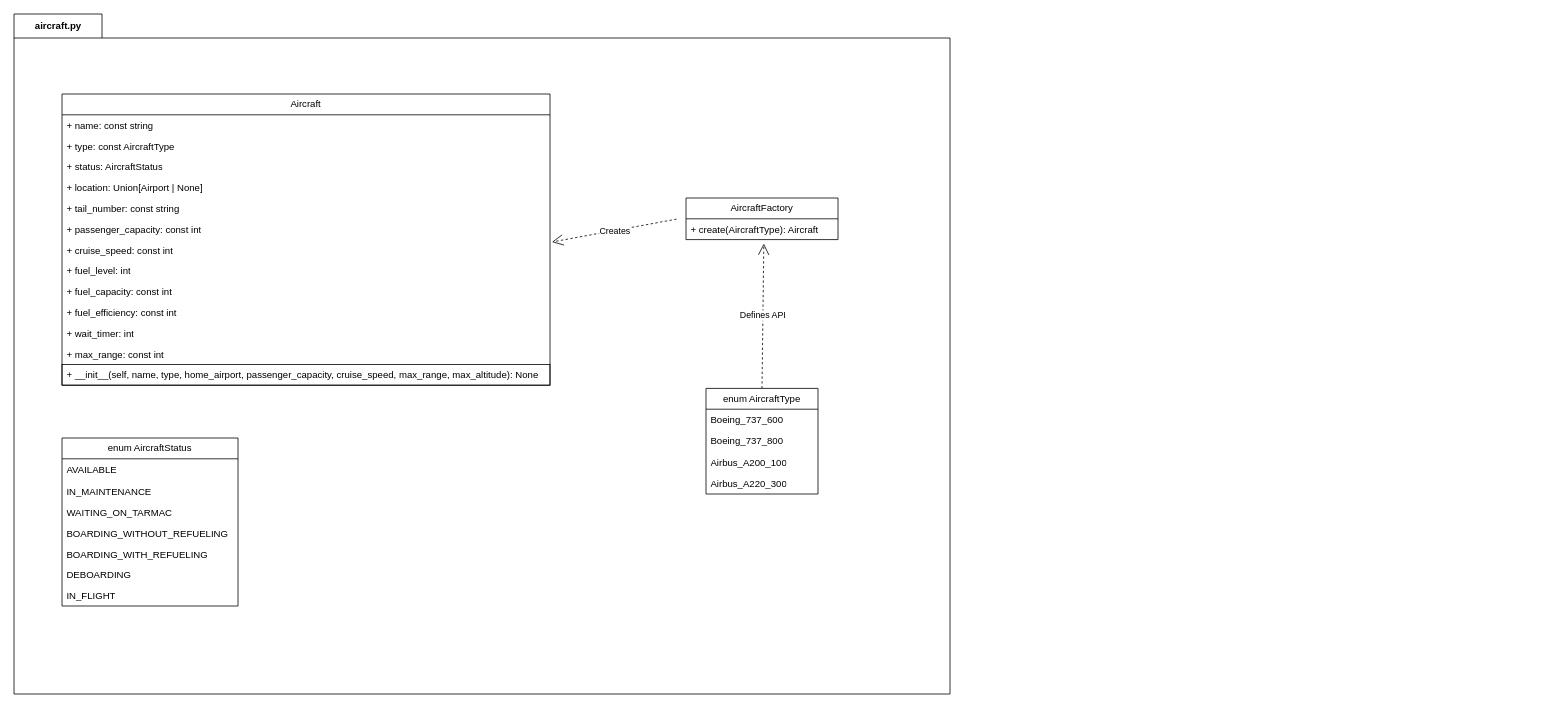
Above: docs/diagrams/aircraft.drawio in CoreyMLawrence/Comfort-Airlines (draw.io), before the change. Source tidied: cells renumbered, new cells numbered last; positions are measured from the earlier drawing's top-left corner, leaving out a move shared by most shapes. Both pictures are drawn from the tidied source at 80%, with x=0, y=0 at pixel (14, 14).
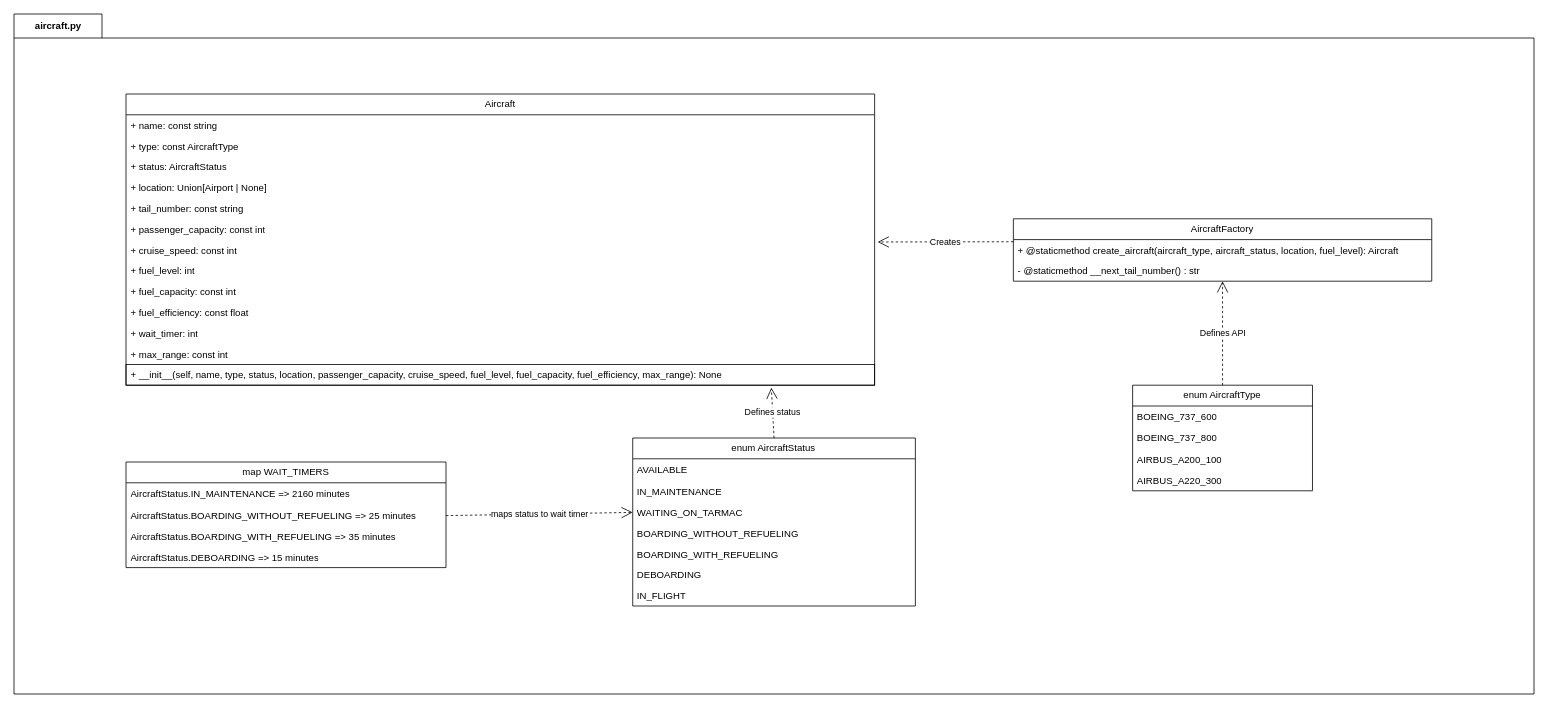
The same page after the edit.

Commit message (it also covers changes not shown here):
updated AircraftFactory to be static; updated aircraft.drawio diagram; added unit tests

What changed in the source:
```diff
@@
     <mxCell id="2" value="aircraft.py" style="shape=folder;fontStyle=1;tabWidth=110;tabHeight=30;tabPosition=left;html=1;boundedLbl=1;labelInHeader=1;" parent="1" vertex="1">
-      <mxGeometry width="1170" height="850" as="geometry" />
+      <mxGeometry width="1900" height="850" as="geometry" />
     </mxCell>
     <mxCell id="3" style="html=1;strokeColor=none;fillColor=none;" parent="2" vertex="1">
-      <mxGeometry width="1170" height="595" relative="1" as="geometry">
+      <mxGeometry width="1878.65" height="595" relative="1" as="geometry">
         <mxPoint y="30" as="offset" />
       </mxGeometry>
     </mxCell>
-    <mxCell id="4" value="&lt;div&gt;Creates&lt;/div&gt;" style="endArrow=open;endSize=12;dashed=1;html=1;rounded=0;entryX=1.004;entryY=0.115;entryDx=0;entryDy=0;entryPerimeter=0;exitX=-0.062;exitY=0.017;exitDx=0;exitDy=0;exitPerimeter=0;" parent="2" edge="1" source="26" target="12">
+    <mxCell id="4" value="&lt;div&gt;Creates&lt;/div&gt;" style="endArrow=open;endSize=12;dashed=1;html=1;rounded=0;entryX=1.004;entryY=0.115;entryDx=0;entryDy=0;entryPerimeter=0;exitX=0;exitY=0.103;exitDx=0;exitDy=0;exitPerimeter=0;" parent="2" edge="1" source="26" target="12">
       <mxGeometry relative="1" as="geometry" />
     </mxCell>
     <mxCell id="5" value="Aircraft" style="swimlane;fontStyle=0;horizontal=1;startSize=26;fillColor=none;whiteSpace=wrap;html=1;" parent="2" vertex="1">
-      <mxGeometry x="60" y="100" width="610" height="364" as="geometry" />
+      <mxGeometry x="140" y="100" width="935.8" height="364" as="geometry" />
     </mxCell>
     <mxCell id="6" value="+ name: const string" style="text;strokeColor=none;fillColor=none;align=left;verticalAlign=top;spacingLeft=4;spacingRight=4;overflow=hidden;whiteSpace=wrap;html=1;" parent="5" vertex="1">
-      <mxGeometry y="26" width="610" height="26" as="geometry" />
+      <mxGeometry y="26" width="935.8" height="26" as="geometry" />
     </mxCell>
     <mxCell id="7" value="+ type: const AircraftType" style="text;strokeColor=none;fillColor=none;align=left;verticalAlign=top;spacingLeft=4;spacingRight=4;overflow=hidden;whiteSpace=wrap;html=1;" parent="5" vertex="1">
-      <mxGeometry y="52" width="610" height="26" as="geometry" />
+      <mxGeometry y="52" width="935.8" height="26" as="geometry" />
     </mxCell>
     <mxCell id="8" value="+ status: AircraftStatus" style="text;strokeColor=none;fillColor=none;align=left;verticalAlign=top;spacingLeft=4;spacingRight=4;overflow=hidden;whiteSpace=wrap;html=1;" parent="5" vertex="1">
-      <mxGeometry y="78" width="610" height="26" as="geometry" />
+      <mxGeometry y="78" width="935.8" height="26" as="geometry" />
     </mxCell>
     <mxCell id="9" value="+ location: Union[Airport | None]" style="text;strokeColor=none;fillColor=none;align=left;verticalAlign=top;spacingLeft=4;spacingRight=4;overflow=hidden;whiteSpace=wrap;html=1;" parent="5" vertex="1">
-      <mxGeometry y="104" width="610" height="26" as="geometry" />
+      <mxGeometry y="104" width="935.8" height="26" as="geometry" />
     </mxCell>
     <mxCell id="10" value="+ tail_number: const string" style="text;strokeColor=none;fillColor=none;align=left;verticalAlign=top;spacingLeft=4;spacingRight=4;overflow=hidden;whiteSpace=wrap;html=1;" parent="5" vertex="1">
-      <mxGeometry y="130" width="610" height="26" as="geometry" />
+      <mxGeometry y="130" width="935.8" height="26" as="geometry" />
     </mxCell>
     <mxCell id="11" value="+ passenger_capacity: const int" style="text;strokeColor=none;fillColor=none;align=left;verticalAlign=top;spacingLeft=4;spacingRight=4;overflow=hidden;whiteSpace=wrap;html=1;" parent="5" vertex="1">
-      <mxGeometry y="156" width="610" height="26" as="geometry" />
+      <mxGeometry y="156" width="935.8" height="26" as="geometry" />
     </mxCell>
     <mxCell id="12" value="+ cruise_speed: const int" style="text;strokeColor=none;fillColor=none;align=left;verticalAlign=top;spacingLeft=4;spacingRight=4;overflow=hidden;points=[[0,0.5],[1,0.5]];portConstraint=eastwest;whiteSpace=wrap;html=1;" parent="5" vertex="1">
-      <mxGeometry y="182" width="610" height="26" as="geometry" />
+      <mxGeometry y="182" width="935.8" height="26" as="geometry" />
     </mxCell>
     <mxCell id="13" value="+ fuel_level: int" style="text;strokeColor=none;fillColor=none;align=left;verticalAlign=top;spacingLeft=4;spacingRight=4;overflow=hidden;whiteSpace=wrap;html=1;" parent="5" vertex="1">
-      <mxGeometry y="208" width="610" height="26" as="geometry" />
+      <mxGeometry y="208" width="935.8" height="26" as="geometry" />
     </mxCell>
     <mxCell id="14" value="+ fuel_capacity: const int" style="text;strokeColor=none;fillColor=none;align=left;verticalAlign=top;spacingLeft=4;spacingRight=4;overflow=hidden;whiteSpace=wrap;html=1;" parent="5" vertex="1">
-      <mxGeometry y="234" width="610" height="26" as="geometry" />
+      <mxGeometry y="234" width="935.8" height="26" as="geometry" />
     </mxCell>
-    <mxCell id="15" value="+ fuel_efficiency: const int" style="text;strokeColor=none;fillColor=none;align=left;verticalAlign=top;spacingLeft=4;spacingRight=4;overflow=hidden;whiteSpace=wrap;html=1;" parent="5" vertex="1">
-      <mxGeometry y="260" width="610" height="26" as="geometry" />
+    <mxCell id="15" value="+ fuel_efficiency: const float" style="text;strokeColor=none;fillColor=none;align=left;verticalAlign=top;spacingLeft=4;spacingRight=4;overflow=hidden;whiteSpace=wrap;html=1;" parent="5" vertex="1">
+      <mxGeometry y="260" width="935.8" height="26" as="geometry" />
     </mxCell>
     <mxCell id="16" value="+ wait_timer: int" style="text;strokeColor=none;fillColor=none;align=left;verticalAlign=top;spacingLeft=4;spacingRight=4;overflow=hidden;whiteSpace=wrap;html=1;" parent="5" vertex="1">
-      <mxGeometry y="286" width="610" height="26" as="geometry" />
+      <mxGeometry y="286" width="935.8" height="26" as="geometry" />
     </mxCell>
     <mxCell id="17" value="+ max_range: const int" style="text;strokeColor=none;fillColor=none;align=left;verticalAlign=top;spacingLeft=4;spacingRight=4;overflow=hidden;whiteSpace=wrap;html=1;" parent="5" vertex="1">
-      <mxGeometry y="312" width="610" height="26" as="geometry" />
+      <mxGeometry y="312" width="935.8" height="26" as="geometry" />
     </mxCell>
-    <mxCell id="18" value="+ __init__(self, name, type, home_airport, passenger_capacity, cruise_speed, max_range, max_altitude): None" style="text;strokeColor=default;fillColor=none;align=left;verticalAlign=top;spacingLeft=4;spacingRight=4;overflow=hidden;points=[[0,0.5],[1,0.5]];portConstraint=eastwest;whiteSpace=wrap;html=1;" parent="5" vertex="1">
-      <mxGeometry y="338" width="610" height="26" as="geometry" />
+    <mxCell id="18" value="+ __init__(self, name, type, status, location, passenger_capacity, cruise_speed, fuel_level, fuel_capacity, fuel_efficiency, max_range): None" style="text;strokeColor=default;fillColor=none;align=left;verticalAlign=top;spacingLeft=4;spacingRight=4;overflow=hidden;points=[[0,0.5],[1,0.5]];portConstraint=eastwest;whiteSpace=wrap;html=1;" parent="5" vertex="1">
+      <mxGeometry y="338" width="935.8" height="26" as="geometry" />
     </mxCell>
-    <mxCell id="19" value="&lt;div&gt;Defines API&lt;/div&gt;" style="endArrow=open;endSize=12;dashed=1;html=1;rounded=0;exitX=0.5;exitY=0;exitDx=0;exitDy=0;entryX=0.512;entryY=1.192;entryDx=0;entryDy=0;entryPerimeter=0;" parent="2" edge="1" source="20" target="26">
+    <mxCell id="19" value="&lt;div&gt;Defines API&lt;/div&gt;" style="endArrow=open;endSize=12;dashed=1;html=1;rounded=0;exitX=0.5;exitY=0;exitDx=0;exitDy=0;" parent="2" edge="1" source="20" target="35">
       <mxGeometry relative="1" as="geometry" />
     </mxCell>
     <mxCell id="20" value="enum AircraftType" style="swimlane;fontStyle=0;horizontal=1;startSize=26;fillColor=none;whiteSpace=wrap;html=1;" parent="2" vertex="1">
-      <mxGeometry x="865" y="468" width="140" height="132" as="geometry" />
+      <mxGeometry x="1398.3" y="464" width="224.8" height="132" as="geometry" />
     </mxCell>
-    <mxCell id="21" value="Boeing_737_600" style="text;strokeColor=none;fillColor=none;align=left;verticalAlign=top;spacingLeft=4;spacingRight=4;overflow=hidden;whiteSpace=wrap;html=1;" parent="20" vertex="1">
-      <mxGeometry y="26" width="140" height="26" as="geometry" />
+    <mxCell id="21" value="BOEING_737_600" style="text;strokeColor=none;fillColor=none;align=left;verticalAlign=top;spacingLeft=4;spacingRight=4;overflow=hidden;whiteSpace=wrap;html=1;" parent="20" vertex="1">
+      <mxGeometry y="26" width="224.8" height="26" as="geometry" />
     </mxCell>
-    <mxCell id="22" value="Boeing_737_800" style="text;strokeColor=none;fillColor=none;align=left;verticalAlign=top;spacingLeft=4;spacingRight=4;overflow=hidden;whiteSpace=wrap;html=1;" parent="20" vertex="1">
-      <mxGeometry y="52" width="140" height="28" as="geometry" />
+    <mxCell id="22" value="BOEING_737_800" style="text;strokeColor=none;fillColor=none;align=left;verticalAlign=top;spacingLeft=4;spacingRight=4;overflow=hidden;whiteSpace=wrap;html=1;" parent="20" vertex="1">
+      <mxGeometry y="52" width="224.8" height="28" as="geometry" />
     </mxCell>
-    <mxCell id="23" value="Airbus_A200_100" style="text;strokeColor=none;fillColor=none;align=left;verticalAlign=top;spacingLeft=4;spacingRight=4;overflow=hidden;whiteSpace=wrap;html=1;" parent="20" vertex="1">
-      <mxGeometry y="80" width="140" height="26" as="geometry" />
+    <mxCell id="23" value="AIRBUS_A200_100" style="text;strokeColor=none;fillColor=none;align=left;verticalAlign=top;spacingLeft=4;spacingRight=4;overflow=hidden;whiteSpace=wrap;html=1;" parent="20" vertex="1">
+      <mxGeometry y="80" width="224.8" height="26" as="geometry" />
     </mxCell>
-    <mxCell id="24" value="Airbus_A220_300" style="text;strokeColor=none;fillColor=none;align=left;verticalAlign=top;spacingLeft=4;spacingRight=4;overflow=hidden;whiteSpace=wrap;html=1;" parent="20" vertex="1">
-      <mxGeometry y="106" width="140" height="26" as="geometry" />
+    <mxCell id="24" value="AIRBUS_A220_300" style="text;strokeColor=none;fillColor=none;align=left;verticalAlign=top;spacingLeft=4;spacingRight=4;overflow=hidden;whiteSpace=wrap;html=1;" parent="20" vertex="1">
+      <mxGeometry y="106" width="224.8" height="26" as="geometry" />
     </mxCell>
     <mxCell id="25" value="AircraftFactory" style="swimlane;fontStyle=0;horizontal=1;startSize=26;fillColor=none;whiteSpace=wrap;html=1;" parent="2" vertex="1">
-      <mxGeometry x="840" y="230" width="190" height="52" as="geometry" />
+      <mxGeometry x="1249.2" y="256" width="523" height="78" as="geometry" />
     </mxCell>
-    <mxCell id="26" value="+ create(AircraftType): Aircraft" style="text;strokeColor=none;fillColor=none;align=left;verticalAlign=top;spacingLeft=4;spacingRight=4;overflow=hidden;points=[[0,0.5],[1,0.5]];portConstraint=eastwest;whiteSpace=wrap;html=1;" parent="25" vertex="1">
-      <mxGeometry y="26" width="190" height="26" as="geometry" />
+    <mxCell id="26" value="+ @staticmethod create_aircraft(aircraft_type, aircraft_status, location, fuel_level): Aircraft" style="text;strokeColor=none;fillColor=none;align=left;verticalAlign=top;spacingLeft=4;spacingRight=4;overflow=hidden;points=[[0,0.5],[1,0.5]];portConstraint=eastwest;whiteSpace=wrap;html=1;" parent="25" vertex="1">
+      <mxGeometry y="26" width="523" height="26" as="geometry" />
     </mxCell>
+    <mxCell id="35" value="- @staticmethod __next_tail_number() : str" style="text;strokeColor=none;fillColor=none;align=left;verticalAlign=top;spacingLeft=4;spacingRight=4;overflow=hidden;points=[[0,0.5],[1,0.5]];portConstraint=eastwest;whiteSpace=wrap;html=1;" parent="25" vertex="1">
+      <mxGeometry y="52" width="523" height="26" as="geometry" />
+    </mxCell>
     <mxCell id="27" value="enum AircraftStatus" style="swimlane;fontStyle=0;horizontal=1;startSize=26;fillColor=none;whiteSpace=wrap;html=1;" parent="2" vertex="1">
-      <mxGeometry x="60" y="530" width="220" height="210" as="geometry" />
+      <mxGeometry x="773.4" y="530" width="353.3" height="210" as="geometry" />
     </mxCell>
     <mxCell id="28" value="AVAILABLE" style="text;strokeColor=none;fillColor=none;align=left;verticalAlign=top;spacingLeft=4;spacingRight=4;overflow=hidden;whiteSpace=wrap;html=1;" parent="27" vertex="1">
-      <mxGeometry y="26" width="220" height="28" as="geometry" />
+      <mxGeometry y="26" width="353.3" height="28" as="geometry" />
     </mxCell>
     <mxCell id="29" value="IN_MAINTENANCE" style="text;strokeColor=none;fillColor=none;align=left;verticalAlign=top;spacingLeft=4;spacingRight=4;overflow=hidden;whiteSpace=wrap;html=1;" parent="27" vertex="1">
-      <mxGeometry y="54" width="220" height="26" as="geometry" />
+      <mxGeometry y="54" width="353.3" height="26" as="geometry" />
     </mxCell>
     <mxCell id="30" value="WAITING_ON_TARMAC" style="text;strokeColor=none;fillColor=none;align=left;verticalAlign=top;spacingLeft=4;spacingRight=4;overflow=hidden;points=[[0,0.5],[1,0.5]];portConstraint=eastwest;whiteSpace=wrap;html=1;" parent="27" vertex="1">
-      <mxGeometry y="80" width="220" height="26" as="geometry" />
+      <mxGeometry y="80" width="353.3" height="26" as="geometry" />
     </mxCell>
     <mxCell id="31" value="BOARDING_WITHOUT_REFUELING" style="text;strokeColor=none;fillColor=none;align=left;verticalAlign=top;spacingLeft=4;spacingRight=4;overflow=hidden;whiteSpace=wrap;html=1;" parent="27" vertex="1">
-      <mxGeometry y="106" width="220" height="26" as="geometry" />
+      <mxGeometry y="106" width="353.3" height="26" as="geometry" />
     </mxCell>
     <mxCell id="32" value="BOARDING_WITH_REFUELING" style="text;strokeColor=none;fillColor=none;align=left;verticalAlign=top;spacingLeft=4;spacingRight=4;overflow=hidden;whiteSpace=wrap;html=1;" parent="27" vertex="1">
-      <mxGeometry y="132" width="220" height="26" as="geometry" />
+      <mxGeometry y="132" width="353.3" height="26" as="geometry" />
     </mxCell>
     <mxCell id="33" value="DEBOARDING" style="text;strokeColor=none;fillColor=none;align=left;verticalAlign=top;spacingLeft=4;spacingRight=4;overflow=hidden;whiteSpace=wrap;html=1;" parent="27" vertex="1">
-      <mxGeometry y="158" width="220" height="26" as="geometry" />
+      <mxGeometry y="158" width="353.3" height="26" as="geometry" />
     </mxCell>
     <mxCell id="34" value="IN_FLIGHT" style="text;strokeColor=none;fillColor=none;align=left;verticalAlign=top;spacingLeft=4;spacingRight=4;overflow=hidden;whiteSpace=wrap;html=1;" parent="27" vertex="1">
-      <mxGeometry y="184" width="220" height="26" as="geometry" />
+      <mxGeometry y="184" width="353.3" height="26" as="geometry" />
     </mxCell>
+    <mxCell id="36" value="Defines status" style="endArrow=open;endSize=12;dashed=1;html=1;rounded=0;exitX=0.5;exitY=0;exitDx=0;exitDy=0;entryX=0.862;entryY=1.116;entryDx=0;entryDy=0;entryPerimeter=0;" parent="2" edge="1" source="27" target="18">
+      <mxGeometry relative="1" as="geometry" />
+    </mxCell>
+    <mxCell id="37" value="map WAIT_TIMERS" style="swimlane;fontStyle=0;horizontal=1;startSize=26;fillColor=none;whiteSpace=wrap;html=1;" parent="2" vertex="1">
+      <mxGeometry x="140" y="560" width="400" height="132" as="geometry" />
+    </mxCell>
+    <mxCell id="38" value="AircraftStatus.IN_MAINTENANCE =&amp;gt; 2160 minutes" style="text;strokeColor=none;fillColor=none;align=left;verticalAlign=top;spacingLeft=4;spacingRight=4;overflow=hidden;whiteSpace=wrap;html=1;" parent="37" vertex="1">
+      <mxGeometry y="26" width="400" height="28" as="geometry" />
+    </mxCell>
+    <mxCell id="39" value="AircraftStatus.BOARDING_WITHOUT_REFUELING =&amp;gt; 25 minutes" style="text;strokeColor=none;fillColor=none;align=left;verticalAlign=top;spacingLeft=4;spacingRight=4;overflow=hidden;points=[[0,0.5],[1,0.5]];portConstraint=eastwest;whiteSpace=wrap;html=1;" parent="37" vertex="1">
+      <mxGeometry y="54" width="400" height="26" as="geometry" />
+    </mxCell>
+    <mxCell id="40" value="AircraftStatus.BOARDING_WITH_REFUELING =&amp;gt; 35 minutes" style="text;strokeColor=none;fillColor=none;align=left;verticalAlign=top;spacingLeft=4;spacingRight=4;overflow=hidden;whiteSpace=wrap;html=1;" parent="37" vertex="1">
+      <mxGeometry y="80" width="400" height="26" as="geometry" />
+    </mxCell>
+    <mxCell id="41" value="AircraftStatus.DEBOARDING =&amp;gt; 15 minutes" style="text;strokeColor=none;fillColor=none;align=left;verticalAlign=top;spacingLeft=4;spacingRight=4;overflow=hidden;whiteSpace=wrap;html=1;" parent="37" vertex="1">
+      <mxGeometry y="106" width="400" height="26" as="geometry" />
+    </mxCell>
+    <mxCell id="42" value="maps status to wait timer" style="endArrow=open;endSize=12;dashed=1;html=1;rounded=0;exitX=1;exitY=0.5;exitDx=0;exitDy=0;entryX=0;entryY=0.5;entryDx=0;entryDy=0;" parent="2" edge="1" source="39" target="30">
+      <mxGeometry relative="1" as="geometry" />
+    </mxCell>
```
